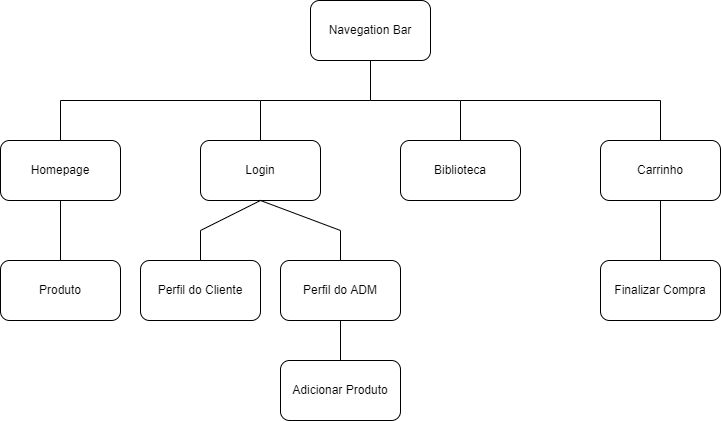
Earlier version of the draw.io export Diagrama.png (Tulio-Santana-Ramos/Projeto-WEB). Source tidied: cells renumbered, new cells last; positions are measured from the earlier drawing's top-left corner, leaving out a move shared by most shapes.
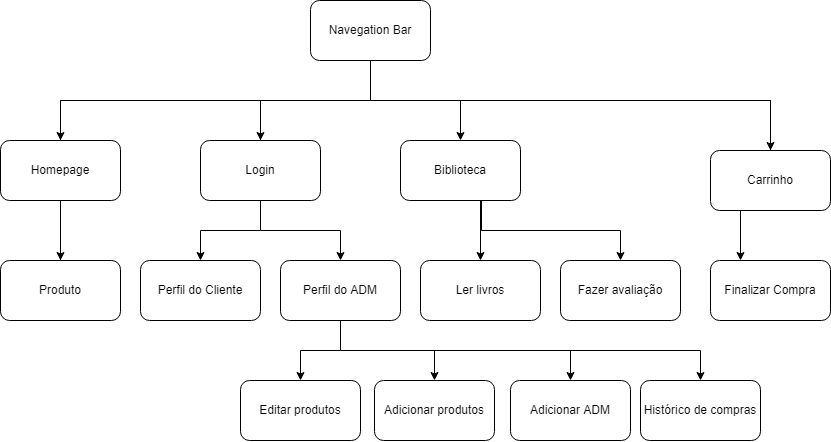
The same diagram one commit later.

Commit message:
Atualização diagrama

What changed in the source:
```diff
@@ -15,31 +15,42 @@
       <mxGeometry x="140" y="260" width="120" height="60" as="geometry" />
     </mxCell>
     <mxCell id="6" value="Carrinho" style="rounded=1;whiteSpace=wrap;html=1;" parent="1" vertex="1">
-      <mxGeometry x="600" y="140" width="120" height="60" as="geometry" />
+      <mxGeometry x="710" y="150" width="120" height="60" as="geometry" />
     </mxCell>
     <mxCell id="7" value="Finalizar Compra" style="rounded=1;whiteSpace=wrap;html=1;" parent="1" vertex="1">
-      <mxGeometry x="600" y="260" width="120" height="60" as="geometry" />
+      <mxGeometry x="710" y="260" width="120" height="60" as="geometry" />
     </mxCell>
     <mxCell id="8" value="Produto" style="rounded=1;whiteSpace=wrap;html=1;" parent="1" vertex="1">
       <mxGeometry y="260" width="120" height="60" as="geometry" />
     </mxCell>
+    <mxCell id="22" style="edgeStyle=orthogonalEdgeStyle;rounded=0;jettySize=auto;html=1;exitX=0.75;exitY=1;exitDx=0;exitDy=0;entryX=0.5;entryY=0;entryDx=0;entryDy=0;" parent="1" edge="1" source="9" target="33">
+      <mxGeometry relative="1" as="geometry">
+        <Array as="points">
+          <mxPoint x="340" y="320" />
+          <mxPoint x="340" y="350" />
+          <mxPoint x="434" y="350" />
+        </Array>
+      </mxGeometry>
+    </mxCell>
+    <mxCell id="23" style="edgeStyle=orthogonalEdgeStyle;rounded=0;jettySize=auto;html=1;exitX=0.5;exitY=1;exitDx=0;exitDy=0;entryX=0.5;entryY=0;entryDx=0;entryDy=0;" parent="1" edge="1" source="9" target="11">
+      <mxGeometry relative="1" as="geometry" />
+    </mxCell>
     <mxCell id="9" value="Perfil do ADM" style="rounded=1;whiteSpace=wrap;html=1;" parent="1" vertex="1">
       <mxGeometry x="280" y="260" width="120" height="60" as="geometry" />
     </mxCell>
+    <mxCell id="24" style="edgeStyle=orthogonalEdgeStyle;rounded=0;jettySize=auto;html=1;exitX=0.5;exitY=1;exitDx=0;exitDy=0;" parent="1" edge="1" source="10" target="25">
+      <mxGeometry relative="1" as="geometry">
+        <Array as="points">
+          <mxPoint x="480" y="200" />
+        </Array>
+      </mxGeometry>
+    </mxCell>
     <mxCell id="10" value="Biblioteca" style="rounded=1;whiteSpace=wrap;html=1;" parent="1" vertex="1">
       <mxGeometry x="400" y="140" width="120" height="60" as="geometry" />
     </mxCell>
-    <mxCell id="11" value="Adicionar Produto" style="rounded=1;whiteSpace=wrap;html=1;" parent="1" vertex="1">
-      <mxGeometry x="280" y="360" width="120" height="60" as="geometry" />
+    <mxCell id="11" value="Editar produtos" style="rounded=1;whiteSpace=wrap;html=1;" parent="1" vertex="1">
+      <mxGeometry x="240" y="380" width="120" height="60" as="geometry" />
     </mxCell>
-    <mxCell id="12" style="endArrow=none;html=1;rounded=0;entryX=0.5;entryY=1;entryDx=0;entryDy=0;" parent="1" edge="1" target="2">
-      <mxGeometry relative="1" as="geometry">
-        <mxPoint x="260" y="100" as="sourcePoint" />
-        <Array as="points">
-          <mxPoint x="370" y="100" />
-        </Array>
-      </mxGeometry>
-    </mxCell>
     <mxCell id="13" style="endArrow=none;html=1;rounded=0;exitX=0.5;exitY=0;exitDx=0;exitDy=0;" parent="1" edge="1" source="4">
       <mxGeometry relative="1" as="geometry">
         <mxPoint x="260" y="100" as="targetPoint" />
@@ -53,44 +64,119 @@
         </Array>
       </mxGeometry>
     </mxCell>
-    <mxCell id="15" style="endArrow=none;html=1;rounded=0;entryX=0.5;entryY=0;entryDx=0;entryDy=0;" parent="1" edge="1" target="10">
-      <mxGeometry relative="1" as="geometry">
-        <mxPoint x="370" y="100" as="sourcePoint" />
-        <Array as="points">
-          <mxPoint x="460" y="100" />
-        </Array>
-      </mxGeometry>
-    </mxCell>
     <mxCell id="16" style="endArrow=none;html=1;rounded=0;entryX=0.5;entryY=0;entryDx=0;entryDy=0;" parent="1" edge="1" target="6">
       <mxGeometry relative="1" as="geometry">
-        <mxPoint x="460" y="100" as="sourcePoint" />
+        <mxPoint x="370" y="100" as="sourcePoint" />
         <Array as="points">
-          <mxPoint x="660" y="100" />
+          <mxPoint x="770" y="100" />
         </Array>
       </mxGeometry>
     </mxCell>
     <mxCell id="17" style="endArrow=none;html=1;rounded=0;entryX=0.5;entryY=1;entryDx=0;entryDy=0;exitX=0.5;exitY=0;exitDx=0;exitDy=0;" parent="1" edge="1" source="8" target="3">
       <mxGeometry relative="1" as="geometry" />
     </mxCell>
-    <mxCell id="18" style="endArrow=none;html=1;rounded=0;entryX=0.5;entryY=1;entryDx=0;entryDy=0;exitX=0.5;exitY=0;exitDx=0;exitDy=0;" parent="1" edge="1" source="5" target="4">
-      <mxGeometry relative="1" as="geometry">
-        <Array as="points">
-          <mxPoint x="200" y="230" />
-        </Array>
-      </mxGeometry>
-    </mxCell>
-    <mxCell id="19" style="endArrow=none;html=1;rounded=0;exitX=0.5;exitY=1;exitDx=0;exitDy=0;entryX=0.5;entryY=0;entryDx=0;entryDy=0;" parent="1" edge="1" source="4" target="9">
-      <mxGeometry relative="1" as="geometry">
-        <Array as="points">
-          <mxPoint x="340" y="230" />
-        </Array>
-      </mxGeometry>
-    </mxCell>
-    <mxCell id="20" style="endArrow=none;html=1;rounded=0;entryX=0.5;entryY=1;entryDx=0;entryDy=0;exitX=0.5;exitY=0;exitDx=0;exitDy=0;" parent="1" edge="1" source="11" target="9">
-      <mxGeometry relative="1" as="geometry" />
-    </mxCell>
-    <mxCell id="21" style="endArrow=none;html=1;rounded=0;entryX=0.5;entryY=1;entryDx=0;entryDy=0;exitX=0.5;exitY=0;exitDx=0;exitDy=0;" parent="1" edge="1" source="7" target="6">
-      <mxGeometry relative="1" as="geometry" />
-    </mxCell>
+    <mxCell id="25" value="Ler livros" style="rounded=1;whiteSpace=wrap;html=1;" parent="1" vertex="1">
+      <mxGeometry x="420" y="260" width="120" height="60" as="geometry" />
+    </mxCell>
+    <mxCell id="26" style="endArrow=classic;html=1;rounded=0;exitX=0.5;exitY=1;exitDx=0;exitDy=0;entryX=0.5;entryY=0;entryDx=0;entryDy=0;" parent="1" edge="1" source="2" target="3">
+      <mxGeometry relative="1" as="geometry">
+        <Array as="points">
+          <mxPoint x="370" y="100" />
+          <mxPoint x="60" y="100" />
+        </Array>
+      </mxGeometry>
+    </mxCell>
+    <mxCell id="27" style="endArrow=classic;html=1;rounded=0;exitX=0.5;exitY=1;exitDx=0;exitDy=0;entryX=0.5;entryY=0;entryDx=0;entryDy=0;" parent="1" edge="1" source="2" target="4">
+      <mxGeometry relative="1" as="geometry">
+        <Array as="points">
+          <mxPoint x="370" y="100" />
+          <mxPoint x="260" y="100" />
+        </Array>
+      </mxGeometry>
+    </mxCell>
+    <mxCell id="28" style="endArrow=classic;html=1;rounded=0;entryX=0.5;entryY=0;entryDx=0;entryDy=0;exitX=0.5;exitY=1;exitDx=0;exitDy=0;" parent="1" edge="1" source="2" target="10">
+      <mxGeometry relative="1" as="geometry">
+        <Array as="points">
+          <mxPoint x="370" y="100" />
+          <mxPoint x="460" y="100" />
+        </Array>
+      </mxGeometry>
+    </mxCell>
+    <mxCell id="29" style="endArrow=classic;html=1;rounded=0;entryX=0.5;entryY=0;entryDx=0;entryDy=0;" parent="1" edge="1" target="5">
+      <mxGeometry relative="1" as="geometry">
+        <mxPoint x="260" y="200" as="sourcePoint" />
+        <Array as="points">
+          <mxPoint x="260" y="210" />
+          <mxPoint x="260" y="230" />
+          <mxPoint x="200" y="230" />
+        </Array>
+      </mxGeometry>
+    </mxCell>
+    <mxCell id="30" style="endArrow=classic;html=1;rounded=0;entryX=0.5;entryY=0;entryDx=0;entryDy=0;" parent="1" edge="1" target="9">
+      <mxGeometry relative="1" as="geometry">
+        <mxPoint x="230" y="200" as="sourcePoint" />
+        <Array as="points">
+          <mxPoint x="260" y="200" />
+          <mxPoint x="260" y="220" />
+          <mxPoint x="260" y="230" />
+          <mxPoint x="340" y="230" />
+        </Array>
+      </mxGeometry>
+    </mxCell>
+    <mxCell id="31" style="endArrow=classic;html=1;rounded=0;entryX=0.5;entryY=0;entryDx=0;entryDy=0;" parent="1" edge="1" target="8">
+      <mxGeometry relative="1" as="geometry">
+        <mxPoint x="60" y="200" as="sourcePoint" />
+      </mxGeometry>
+    </mxCell>
+    <mxCell id="32" style="endArrow=classic;html=1;rounded=0;entryX=0.25;entryY=0;entryDx=0;entryDy=0;exitX=0.25;exitY=1;exitDx=0;exitDy=0;" parent="1" edge="1" source="6" target="7">
+      <mxGeometry relative="1" as="geometry" />
+    </mxCell>
+    <mxCell id="33" value="Adicionar produtos" style="rounded=1;whiteSpace=wrap;html=1;" parent="1" vertex="1">
+      <mxGeometry x="374" y="380" width="120" height="60" as="geometry" />
+    </mxCell>
+    <mxCell id="34" value="Adicionar ADM" style="rounded=1;whiteSpace=wrap;html=1;" parent="1" vertex="1">
+      <mxGeometry x="510" y="380" width="120" height="60" as="geometry" />
+    </mxCell>
+    <mxCell id="35" style="endArrow=classic;html=1;rounded=0;entryX=0.5;entryY=0;entryDx=0;entryDy=0;" parent="1" edge="1" target="34">
+      <mxGeometry relative="1" as="geometry">
+        <mxPoint x="340" y="320" as="sourcePoint" />
+        <Array as="points">
+          <mxPoint x="340" y="350" />
+          <mxPoint x="570" y="350" />
+        </Array>
+      </mxGeometry>
+    </mxCell>
+    <mxCell id="36" value="Histórico de compras" style="rounded=1;whiteSpace=wrap;html=1;" parent="1" vertex="1">
+      <mxGeometry x="640" y="380" width="120" height="60" as="geometry" />
+    </mxCell>
+    <mxCell id="37" style="endArrow=classic;html=1;rounded=0;entryX=0.5;entryY=0;entryDx=0;entryDy=0;" parent="1" edge="1" target="36">
+      <mxGeometry relative="1" as="geometry">
+        <mxPoint x="340" y="320" as="sourcePoint" />
+        <Array as="points">
+          <mxPoint x="340" y="350" />
+          <mxPoint x="700" y="350" />
+        </Array>
+      </mxGeometry>
+    </mxCell>
+    <mxCell id="38" value="Fazer avaliação" style="rounded=1;whiteSpace=wrap;html=1;" parent="1" vertex="1">
+      <mxGeometry x="560" y="260" width="120" height="60" as="geometry" />
+    </mxCell>
+    <mxCell id="39" style="endArrow=classic;html=1;rounded=0;entryX=0.5;entryY=0;entryDx=0;entryDy=0;" parent="1" edge="1" target="38">
+      <mxGeometry relative="1" as="geometry">
+        <mxPoint x="481" y="200" as="sourcePoint" />
+        <Array as="points">
+          <mxPoint x="481" y="230" />
+          <mxPoint x="620" y="230" />
+        </Array>
+      </mxGeometry>
+    </mxCell>
+    <mxCell id="40" style="endArrow=classic;html=1;rounded=0;entryX=0.5;entryY=0;entryDx=0;entryDy=0;exitX=0.5;exitY=1;exitDx=0;exitDy=0;" parent="1" edge="1" source="2" target="6">
+      <mxGeometry relative="1" as="geometry">
+        <Array as="points">
+          <mxPoint x="370" y="100" />
+          <mxPoint x="770" y="100" />
+        </Array>
+      </mxGeometry>
+    </mxCell>
   </root>
 </mxGraphModel>
```
